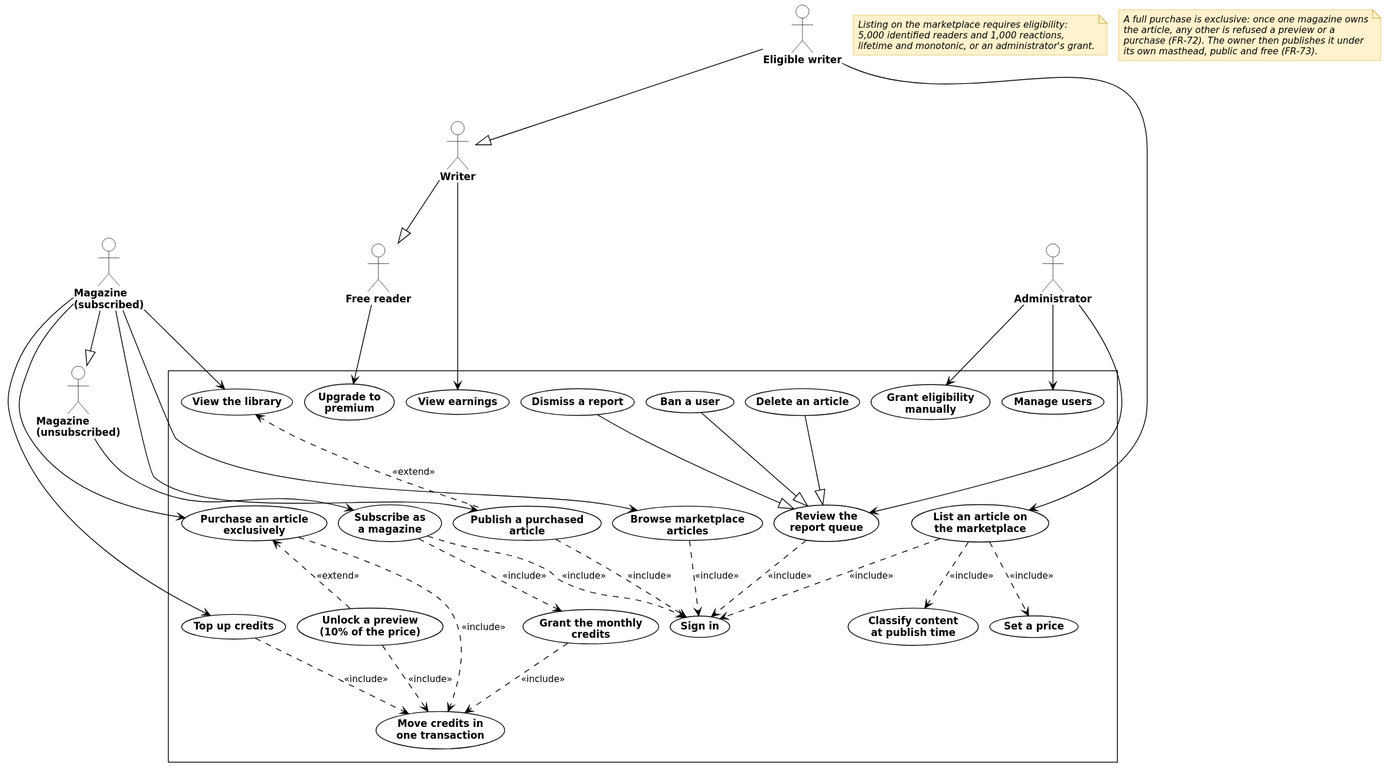
inkwell-dev/spec.inkwell.ai keeps this PlantUML diagram as diagrams/fig-6-1-use-case-sprint-5/fig-6-1-use-case-sprint-5.svg. Above is the earlier version.
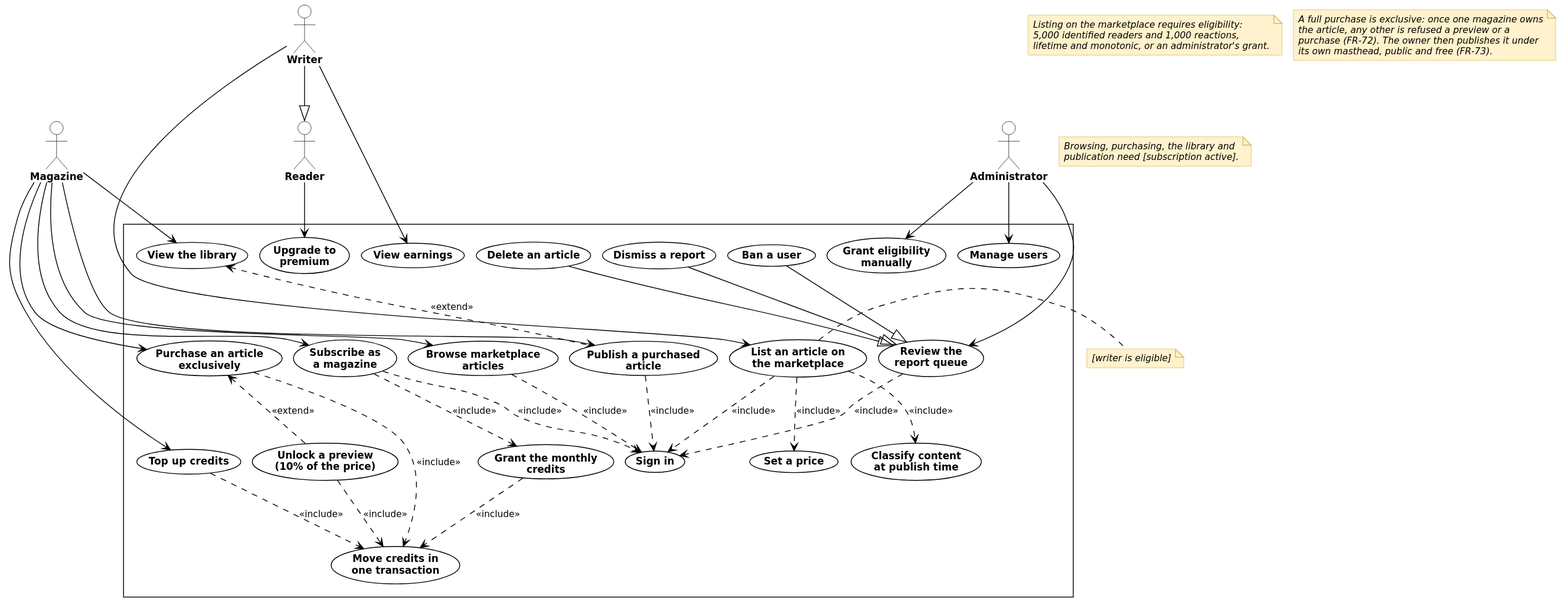
After the change.

Change to the diagram source:
```diff
@@ -3,16 +3,12 @@
 skinparam nodesep 14
 skinparam ranksep 65
 
-actor "Free reader" as LG
+actor "Reader" as LG
 actor "Writer" as R
-actor "Eligible writer" as RE
-actor "Magazine\n(unsubscribed)" as MN
-actor "Magazine\n(subscribed)" as MA
+actor "Magazine" as MA
 actor "Administrator" as AD
 
 R  --|> LG
-RE --|> R
-MA --|> MN
 
 rectangle {
   usecase "Sign in" as AUTH
@@ -39,9 +35,9 @@
 }
 
 LG --> UPGRADE
-RE --> LIST
+R --> LIST
 R  --> EARN
-MN --> SUBSCRIBE
+MA --> SUBSCRIBE
 MA --> BROWSE
 MA --> BUY
 MA --> TOPUP
@@ -83,4 +79,6 @@
   purchase (FR-72). The owner then publishes it under
   its own masthead, public and free (FR-73).
 end note
+note right of LIST : [writer is eligible]
+note "Browsing, purchasing, the library and\npublication need [subscription active]." as NSUB
 @enduml
```
